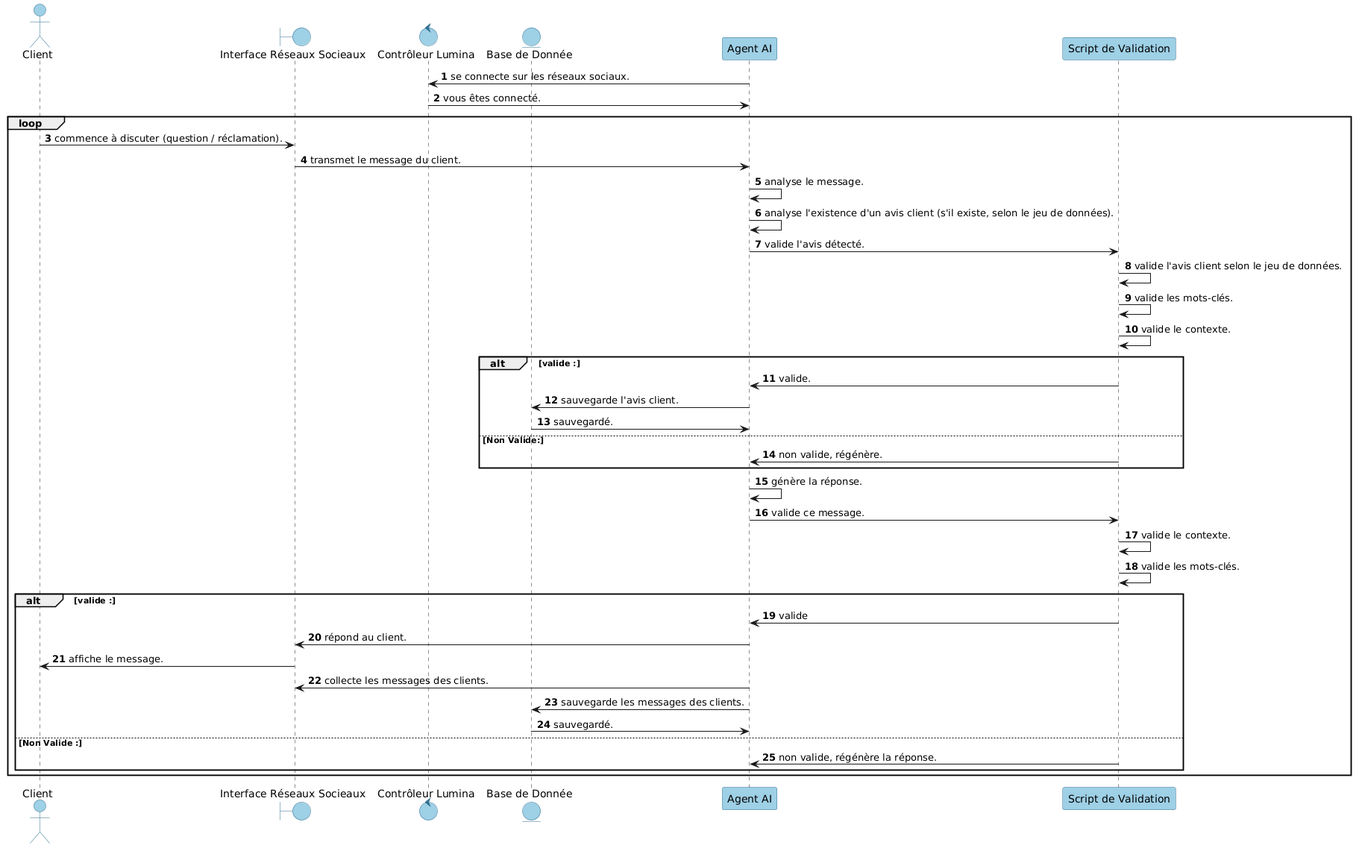
MahdiBelguith/E-commerce-Lunmina keeps this PlantUML diagram as conception/avisclientsequence/sequence_avis_clients.png. Above is the earlier version.
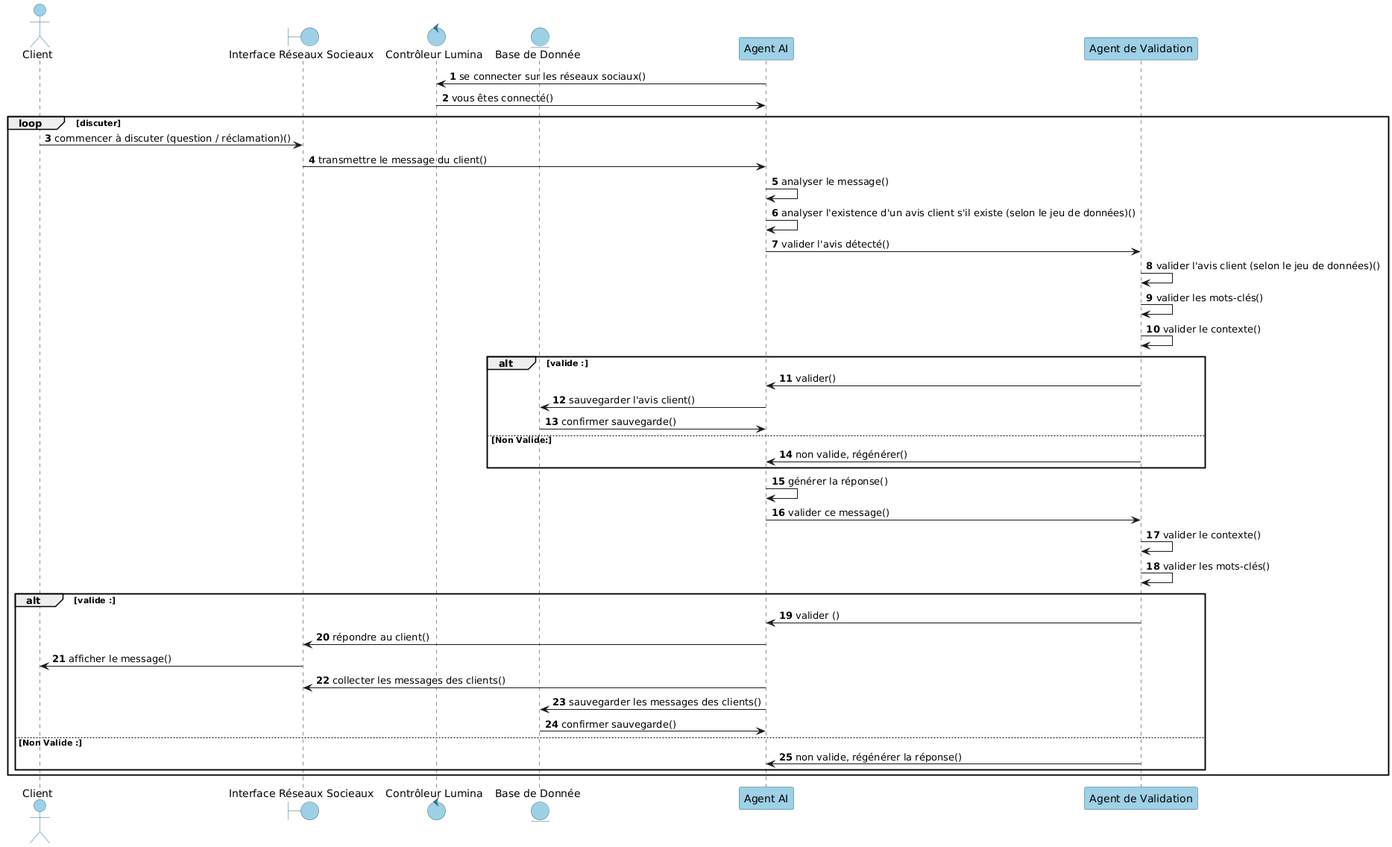
The same diagram one commit later.

What changed in the source:
```diff
@@ -35,39 +35,39 @@
 control "Contrôleur Lumina" as Controller
 Entity "Base de Donnée" as DB
 participant "Agent AI" as AI
-participant "Script de Validation" as Validator
+participant "Agent de Validation" as Validator
 
-AI -> Controller : se connecte sur les réseaux sociaux.
-Controller -> AI :vous êtes connecté.
-loop
-    User -> UI : commence à discuter (question / réclamation).
-    UI -> AI : transmet le message du client.
-    AI -> AI : analyse le message.
-    AI -> AI : analyse l'existence d'un avis client (s'il existe, selon le jeu de données).
-    AI -> Validator :valide l'avis détecté.
-    Validator -> Validator : valide l'avis client selon le jeu de données.
-    Validator -> Validator : valide les mots-clés.
-    Validator -> Validator : valide le contexte.
+AI -> Controller : se connecter sur les réseaux sociaux()
+Controller -> AI : vous êtes connecté()
+loop discuter
+    User -> UI : commencer à discuter (question / réclamation)()
+    UI -> AI : transmettre le message du client()
+    AI -> AI : analyser le message()
+    AI -> AI : analyser l'existence d'un avis client s'il existe (selon le jeu de données)()
+    AI -> Validator : valider l'avis détecté()
+    Validator -> Validator : valider l'avis client (selon le jeu de données)()
+    Validator -> Validator : valider les mots-clés()
+    Validator -> Validator : valider le contexte()
     alt valide :
-        Validator -> AI : valide.
-        AI -> DB : sauvegarde l'avis client.
-        DB -> AI : sauvegardé.
+        Validator -> AI : valider()
+        AI -> DB : sauvegarder l'avis client()
+        DB -> AI : confirmer sauvegarde()
     else Non Valide:
-        Validator -> AI : non valide, régénère.
+        Validator -> AI : non valide, régénérer()
     end
-    AI -> AI :  génère la réponse.
-    AI -> Validator : valide ce message.
-    Validator -> Validator : valide le contexte.
-    Validator -> Validator :  valide les mots-clés.
+    AI -> AI : générer la réponse()
+    AI -> Validator : valider ce message()
+    Validator -> Validator : valider le contexte()
+    Validator -> Validator : valider les mots-clés()
     alt valide :
-        Validator -> AI : valide
-        AI -> UI   : répond au client.
-        UI -> User : affiche le message.
-        AI -> UI   : collecte les messages des clients.
-        AI -> DB   : sauvegarde les messages des clients.
-        DB -> AI   : sauvegardé.
+        Validator -> AI : valider ()
+        AI -> UI   : répondre au client()
+        UI -> User : afficher le message()
+        AI -> UI   : collecter les messages des clients()
+        AI -> DB   : sauvegarder les messages des clients()
+        DB -> AI   : confirmer sauvegarde()
     else Non Valide :
-        Validator -> AI : non valide, régénère la réponse.
+        Validator -> AI : non valide, régénérer la réponse()
     end
 end loop
 @enduml
```
